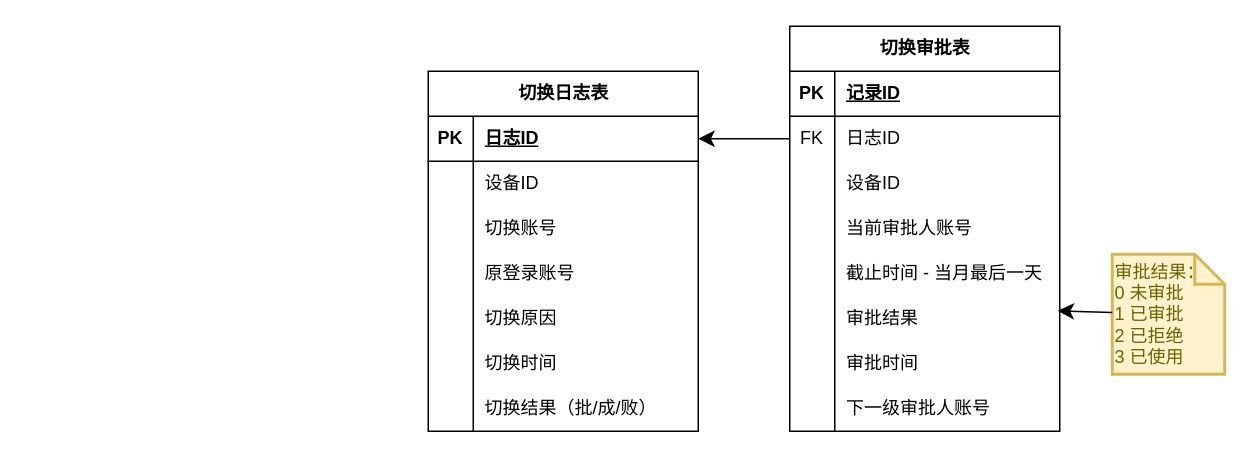
Above: page "切换审批数据模型" (18 of 18) of 系统功能流程图/铁塔4A2024.drawio in 158698706/tt4a (draw.io), before the change. Source tidied: cells renumbered, new cells numbered last; positions are measured from the earlier drawing's top-left corner, leaving out a move shared by most shapes. Both pictures are drawn from the tidied source at 150%, with x=0, y=0 at pixel (428, 26).
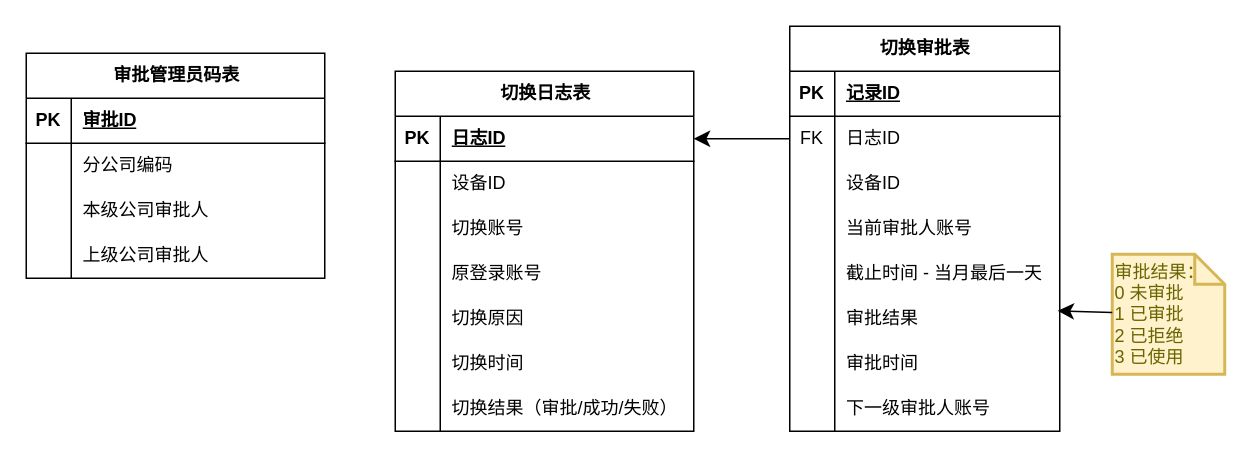
The same diagram, later.

Diff of the diagram source:
```diff
@@
     <mxCell id="2" value="切换日志表" style="shape=table;startSize=30;childLayout=tableLayout;rowLines=0;fontStyle=1;align=center;html=1;" parent="1" vertex="1">
-      <mxGeometry y="30" width="180" height="240" as="geometry" />
+      <mxGeometry x="-22" y="30" width="199" height="240" as="geometry" />
     </mxCell>
     <mxCell id="3" style="shape=tableRow;horizontal=0;startSize=0;swimlaneHead=0;swimlaneBody=0;fillColor=none;points=[[0,0.5],[1,0.5]];portConstraint=eastwest;top=0;left=0;right=0;bottom=1;" parent="2" vertex="1">
-      <mxGeometry y="30" width="180" height="30" as="geometry" />
+      <mxGeometry y="30" width="199" height="30" as="geometry" />
     </mxCell>
@@
     <mxCell id="5" value="日志ID" style="shape=partialRectangle;fillColor=none;top=0;left=0;bottom=0;right=0;align=left;spacingLeft=6;fontStyle=5;overflow=hidden;whiteSpace=wrap;html=1;" parent="3" vertex="1">
-      <mxGeometry x="30" width="150" height="30" as="geometry" />
+      <mxGeometry x="30" width="169" height="30" as="geometry" />
     </mxCell>
     <mxCell id="6" style="shape=tableRow;horizontal=0;startSize=0;swimlaneHead=0;swimlaneBody=0;fillColor=none;top=0;left=0;right=0;bottom=0;" parent="2" vertex="1">
-      <mxGeometry y="60" width="180" height="30" as="geometry" />
+      <mxGeometry y="60" width="199" height="30" as="geometry" />
     </mxCell>
@@
     <mxCell id="8" value="设备ID" style="shape=partialRectangle;fillColor=none;top=0;left=0;bottom=0;right=0;align=left;spacingLeft=6;overflow=hidden;whiteSpace=wrap;html=1;" parent="6" vertex="1">
-      <mxGeometry x="30" width="150" height="30" as="geometry" />
+      <mxGeometry x="30" width="169" height="30" as="geometry" />
     </mxCell>
     <mxCell id="9" style="shape=tableRow;horizontal=0;startSize=0;swimlaneHead=0;swimlaneBody=0;fillColor=none;top=0;left=0;right=0;bottom=0;" parent="2" vertex="1">
-      <mxGeometry y="90" width="180" height="30" as="geometry" />
+      <mxGeometry y="90" width="199" height="30" as="geometry" />
     </mxCell>
@@
     <mxCell id="11" value="切换账号" style="shape=partialRectangle;fillColor=none;top=0;left=0;bottom=0;right=0;align=left;spacingLeft=6;overflow=hidden;whiteSpace=wrap;html=1;" parent="9" vertex="1">
-      <mxGeometry x="30" width="150" height="30" as="geometry" />
+      <mxGeometry x="30" width="169" height="30" as="geometry" />
     </mxCell>
     <mxCell id="12" style="shape=tableRow;horizontal=0;startSize=0;swimlaneHead=0;swimlaneBody=0;fillColor=none;top=0;left=0;right=0;bottom=0;" parent="2" vertex="1">
-      <mxGeometry y="120" width="180" height="30" as="geometry" />
+      <mxGeometry y="120" width="199" height="30" as="geometry" />
     </mxCell>
@@
     <mxCell id="14" value="原登录账号" style="shape=partialRectangle;fillColor=none;top=0;left=0;bottom=0;right=0;align=left;spacingLeft=6;overflow=hidden;whiteSpace=wrap;html=1;" parent="12" vertex="1">
-      <mxGeometry x="30" width="150" height="30" as="geometry" />
+      <mxGeometry x="30" width="169" height="30" as="geometry" />
     </mxCell>
     <mxCell id="15" style="shape=tableRow;horizontal=0;startSize=0;swimlaneHead=0;swimlaneBody=0;fillColor=none;top=0;left=0;right=0;bottom=0;" parent="2" vertex="1">
-      <mxGeometry y="150" width="180" height="30" as="geometry" />
+      <mxGeometry y="150" width="199" height="30" as="geometry" />
     </mxCell>
@@
     <mxCell id="17" value="切换原因" style="shape=partialRectangle;fillColor=none;top=0;left=0;bottom=0;right=0;align=left;spacingLeft=6;overflow=hidden;whiteSpace=wrap;html=1;" parent="15" vertex="1">
-      <mxGeometry x="30" width="150" height="30" as="geometry" />
+      <mxGeometry x="30" width="169" height="30" as="geometry" />
     </mxCell>
     <mxCell id="18" style="shape=tableRow;horizontal=0;startSize=0;swimlaneHead=0;swimlaneBody=0;fillColor=none;top=0;left=0;right=0;bottom=0;" parent="2" vertex="1">
-      <mxGeometry y="180" width="180" height="30" as="geometry" />
+      <mxGeometry y="180" width="199" height="30" as="geometry" />
     </mxCell>
@@
     <mxCell id="20" value="切换时间" style="shape=partialRectangle;fillColor=none;top=0;left=0;bottom=0;right=0;align=left;spacingLeft=6;overflow=hidden;whiteSpace=wrap;html=1;" parent="18" vertex="1">
-      <mxGeometry x="30" width="150" height="30" as="geometry" />
+      <mxGeometry x="30" width="169" height="30" as="geometry" />
     </mxCell>
     <mxCell id="21" style="shape=tableRow;horizontal=0;startSize=0;swimlaneHead=0;swimlaneBody=0;fillColor=none;top=0;left=0;right=0;bottom=0;" parent="2" vertex="1">
-      <mxGeometry y="210" width="180" height="30" as="geometry" />
+      <mxGeometry y="210" width="199" height="30" as="geometry" />
     </mxCell>
@@
-    <mxCell id="23" value="切换结果（批/成/败）" style="shape=partialRectangle;fillColor=none;top=0;left=0;bottom=0;right=0;align=left;spacingLeft=6;overflow=hidden;whiteSpace=wrap;html=1;" parent="21" vertex="1">
-      <mxGeometry x="30" width="150" height="30" as="geometry" />
+    <mxCell id="23" value="切换结果（审批/成功/失败）" style="shape=partialRectangle;fillColor=none;top=0;left=0;bottom=0;right=0;align=left;spacingLeft=6;overflow=hidden;whiteSpace=wrap;html=1;" parent="21" vertex="1">
+      <mxGeometry x="30" width="169" height="30" as="geometry" />
     </mxCell>
@@
+    <mxCell id="52" value="审批管理员码表" style="shape=table;startSize=30;childLayout=tableLayout;rowLines=0;fontStyle=1;align=center;html=1;" parent="1" vertex="1">
+      <mxGeometry x="-268" y="18" width="199" height="150" as="geometry" />
+    </mxCell>
+    <mxCell id="53" style="shape=tableRow;horizontal=0;startSize=0;swimlaneHead=0;swimlaneBody=0;fillColor=none;top=0;left=0;right=0;bottom=1;" parent="52" vertex="1">
+      <mxGeometry y="30" width="199" height="30" as="geometry" />
+    </mxCell>
+    <mxCell id="54" value="PK" style="shape=partialRectangle;fillColor=none;top=0;left=0;bottom=0;right=0;fontStyle=1;overflow=hidden;whiteSpace=wrap;html=1;" parent="53" vertex="1">
+      <mxGeometry width="30" height="30" as="geometry" />
+    </mxCell>
+    <mxCell id="55" value="审批ID" style="shape=partialRectangle;fillColor=none;top=0;left=0;bottom=0;right=0;align=left;spacingLeft=6;fontStyle=5;overflow=hidden;whiteSpace=wrap;html=1;" parent="53" vertex="1">
+      <mxGeometry x="30" width="169" height="30" as="geometry" />
+    </mxCell>
+    <mxCell id="56" style="shape=tableRow;horizontal=0;startSize=0;swimlaneHead=0;swimlaneBody=0;fillColor=none;top=0;left=0;right=0;bottom=0;" parent="52" vertex="1">
+      <mxGeometry y="60" width="199" height="30" as="geometry" />
+    </mxCell>
+    <mxCell id="57" style="shape=partialRectangle;fillColor=none;top=0;left=0;bottom=0;right=0;overflow=hidden;whiteSpace=wrap;html=1;" parent="56" vertex="1">
+      <mxGeometry width="30" height="30" as="geometry" />
+    </mxCell>
+    <mxCell id="58" value="分公司编码" style="shape=partialRectangle;fillColor=none;top=0;left=0;bottom=0;right=0;align=left;spacingLeft=6;overflow=hidden;whiteSpace=wrap;html=1;" parent="56" vertex="1">
+      <mxGeometry x="30" width="169" height="30" as="geometry" />
+    </mxCell>
+    <mxCell id="59" style="shape=tableRow;horizontal=0;startSize=0;swimlaneHead=0;swimlaneBody=0;fillColor=none;top=0;left=0;right=0;bottom=0;" parent="52" vertex="1">
+      <mxGeometry y="90" width="199" height="30" as="geometry" />
+    </mxCell>
+    <mxCell id="60" style="shape=partialRectangle;fillColor=none;top=0;left=0;bottom=0;right=0;overflow=hidden;whiteSpace=wrap;html=1;" parent="59" vertex="1">
+      <mxGeometry width="30" height="30" as="geometry" />
+    </mxCell>
+    <mxCell id="61" value="本级公司审批人" style="shape=partialRectangle;fillColor=none;top=0;left=0;bottom=0;right=0;align=left;spacingLeft=6;overflow=hidden;whiteSpace=wrap;html=1;" parent="59" vertex="1">
+      <mxGeometry x="30" width="169" height="30" as="geometry" />
+    </mxCell>
+    <mxCell id="62" style="shape=tableRow;horizontal=0;startSize=0;swimlaneHead=0;swimlaneBody=0;fillColor=none;top=0;left=0;right=0;bottom=0;" parent="52" vertex="1">
+      <mxGeometry y="120" width="199" height="30" as="geometry" />
+    </mxCell>
+    <mxCell id="63" style="shape=partialRectangle;fillColor=none;top=0;left=0;bottom=0;right=0;overflow=hidden;whiteSpace=wrap;html=1;" parent="62" vertex="1">
+      <mxGeometry width="30" height="30" as="geometry" />
+    </mxCell>
+    <mxCell id="64" value="上级公司审批人" style="shape=partialRectangle;fillColor=none;top=0;left=0;bottom=0;right=0;align=left;spacingLeft=6;overflow=hidden;whiteSpace=wrap;html=1;" parent="62" vertex="1">
+      <mxGeometry x="30" width="169" height="30" as="geometry" />
+    </mxCell>
```
